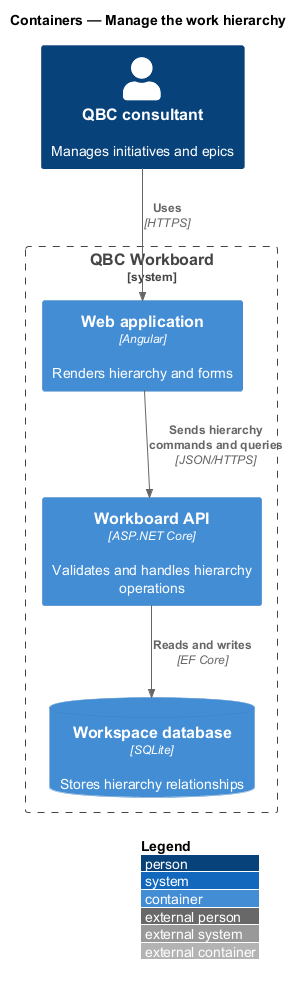
The PlantUML diagram docs/detailed-designs/work-items/manage-work-hierarchy/diagrams/c4-container.png in QuinntyneBrown/quinntyne-brown-consulting, before a commit.
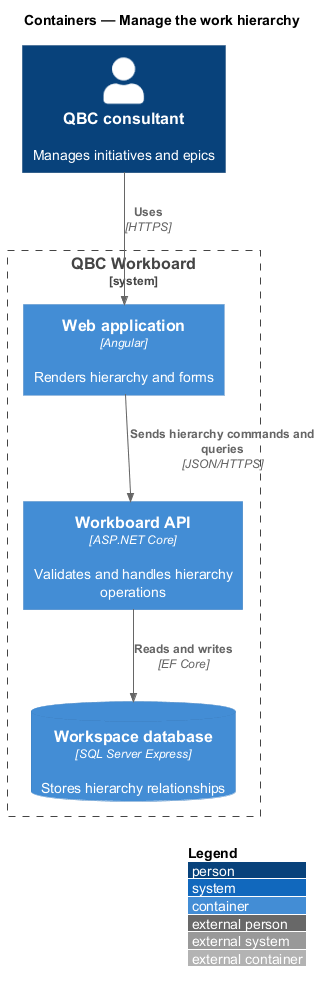
The same file after the commit.

The edit, as a diff of the source:
```diff
@@ -7,7 +7,7 @@
 System_Boundary(workboard, "QBC Workboard") {
   Container(spa, "Web application", "Angular", "Renders hierarchy and forms")
   Container(api, "Workboard API", "ASP.NET Core", "Validates and handles hierarchy operations")
-  ContainerDb(db, "Workspace database", "SQLite", "Stores hierarchy relationships")
+  ContainerDb(db, "Workspace database", "SQL Server Express", "Stores hierarchy relationships")
 }
 
 Rel(consultant, spa, "Uses", "HTTPS")
```
